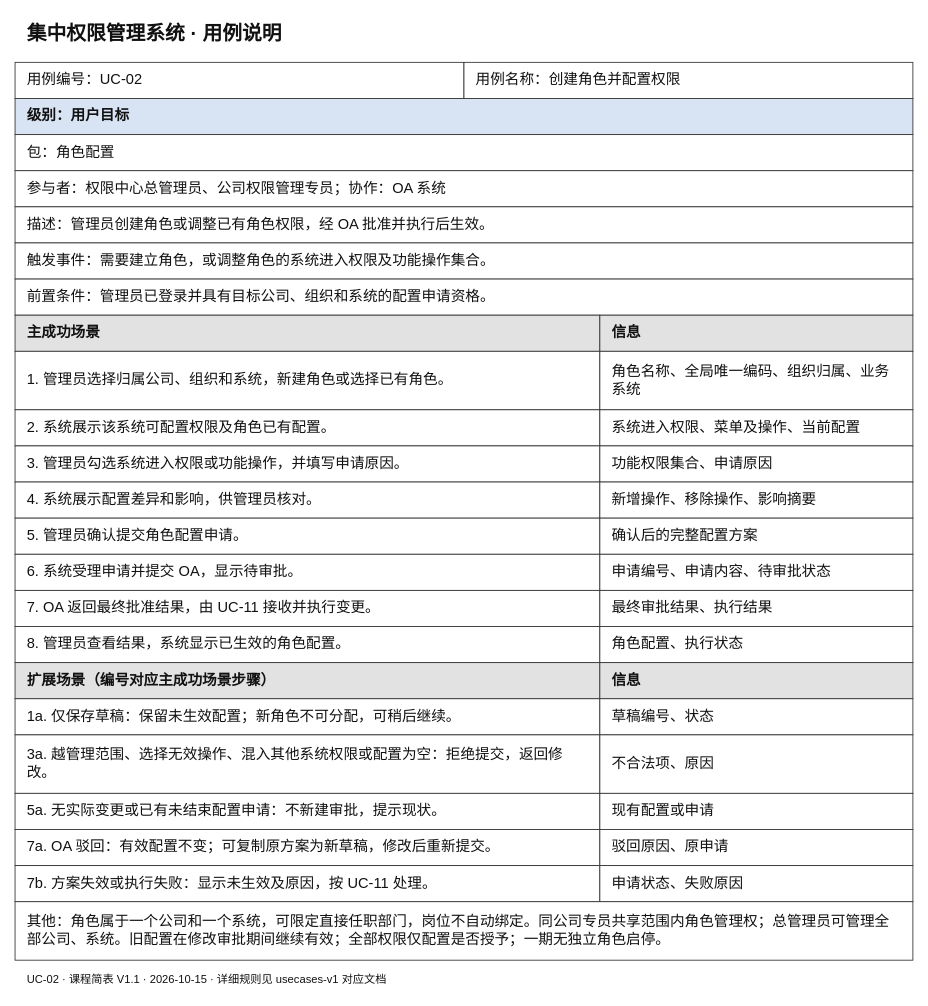
This is docs/按用例分类/UC-02_创建角色并配置权限/课程简表.drawio from Noah-hope/RBAC-admin, a draw.io file, before an edit. Source tidied: cells renumbered, new cells numbered last; positions are measured from the earlier drawing's top-left corner, leaving out a move shared by most shapes. Both pictures are drawn from the tidied source at 86%, with x=0, y=0 at pixel (15, 15).
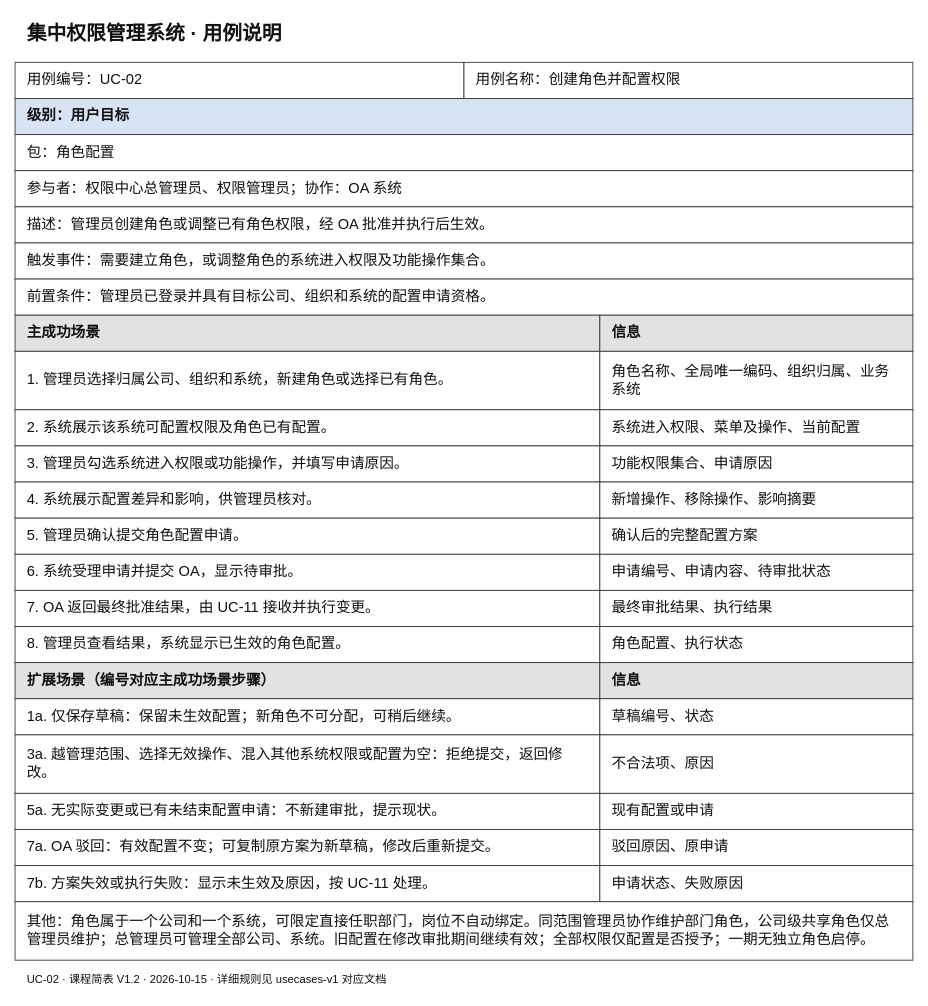
The same diagram, later.

Change to the diagram source:
```diff
@@
-    <mxCell id="7" value="参与者：权限中心总管理员、公司权限管理专员；协作：OA 系统" style="rounded=0;whiteSpace=wrap;html=0;fontFamily=Microsoft YaHei;fontSize=17;fontColor=#111111;align=left;verticalAlign=middle;spacingLeft=12;spacingRight=12;spacingTop=8;spacingBottom=8;fillColor=#ffffff;strokeColor=#333333;fontStyle=0;" parent="1" vertex="1">
+    <mxCell id="7" value="参与者：权限中心总管理员、权限管理员；协作：OA 系统" style="rounded=0;whiteSpace=wrap;html=0;fontFamily=Microsoft YaHei;fontSize=17;fontColor=#111111;align=left;verticalAlign=middle;spacingLeft=12;spacingRight=12;spacingTop=8;spacingBottom=8;fillColor=#ffffff;strokeColor=#333333;fontStyle=0;" parent="1" vertex="1">
       <mxGeometry y="181" width="1044" height="42" as="geometry" />
     </mxCell>
@@
-    <mxCell id="41" value="其他：角色属于一个公司和一个系统，可限定直接任职部门，岗位不自动绑定。同公司专员共享范围内角色管理权；总管理员可管理全部公司、系统。旧配置在修改审批期间继续有效；全部权限仅配置是否授予；一期无独立角色启停。" style="rounded=0;whiteSpace=wrap;html=0;fontFamily=Microsoft YaHei;fontSize=17;fontColor=#111111;align=left;verticalAlign=middle;spacingLeft=12;spacingRight=12;spacingTop=8;spacingBottom=8;fillColor=#ffffff;strokeColor=#333333;fontStyle=0;" parent="1" vertex="1">
+    <mxCell id="41" value="其他：角色属于一个公司和一个系统，可限定直接任职部门，岗位不自动绑定。同范围管理员协作维护部门角色，公司级共享角色仅总管理员维护；总管理员可管理全部公司、系统。旧配置在修改审批期间继续有效；全部权限仅配置是否授予；一期无独立角色启停。" style="rounded=0;whiteSpace=wrap;html=0;fontFamily=Microsoft YaHei;fontSize=17;fontColor=#111111;align=left;verticalAlign=middle;spacingLeft=12;spacingRight=12;spacingTop=8;spacingBottom=8;fillColor=#ffffff;strokeColor=#333333;fontStyle=0;" parent="1" vertex="1">
       <mxGeometry y="1031" width="1044" height="68" as="geometry" />
     </mxCell>
-    <mxCell id="42" value="UC-02 · 课程简表 V1.1 · 2026-10-15 · 详细规则见 usecases-v1 对应文档" style="rounded=0;whiteSpace=wrap;html=0;fontFamily=Microsoft YaHei;fontSize=13;fontColor=#111111;align=left;verticalAlign=middle;spacingLeft=12;spacingRight=12;spacingTop=8;spacingBottom=8;fillColor=#ffffff;strokeColor=none;fontStyle=0;" parent="1" vertex="1">
+    <mxCell id="42" value="UC-02 · 课程简表 V1.2 · 2026-10-15 · 详细规则见 usecases-v1 对应文档" style="rounded=0;whiteSpace=wrap;html=0;fontFamily=Microsoft YaHei;fontSize=13;fontColor=#111111;align=left;verticalAlign=middle;spacingLeft=12;spacingRight=12;spacingTop=8;spacingBottom=8;fillColor=#ffffff;strokeColor=none;fontStyle=0;" parent="1" vertex="1">
       <mxGeometry y="1106" width="1044" height="30" as="geometry" />
     </mxCell>
```
